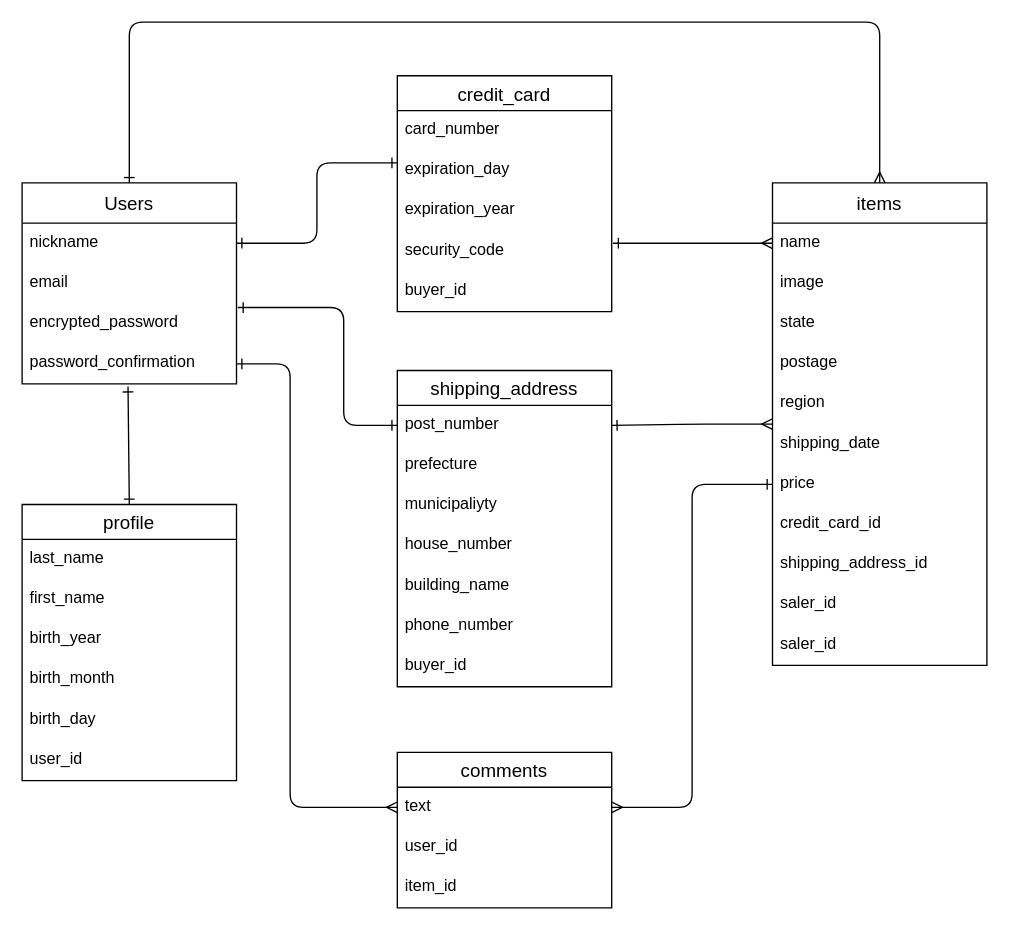
This is datebase.dio from Ta-ho113/furima-37211, a draw.io file, before an edit. Source tidied: cells renumbered, new cells numbered last; positions are measured from the earlier drawing's top-left corner, leaving out a move shared by most shapes. Both pictures are drawn from the tidied source at 134%, with x=0, y=0 at pixel (21, -32).
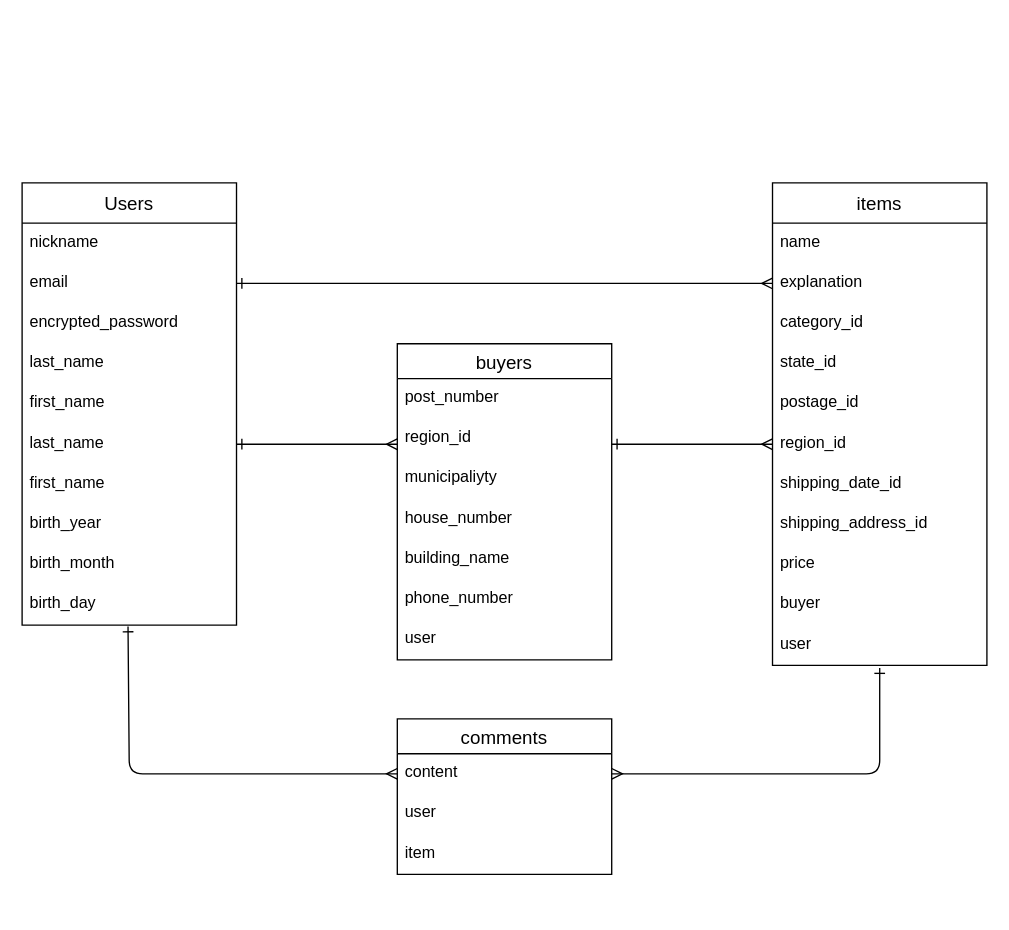
After the change.

Commit message:
ER図　レビュー修正

The change refers to these unchanged cells:
```xml
<mxCell id="3" value="nickname" style="text;strokeColor=none;fillColor=none;spacingLeft=4;spacingRight=4;overflow=hidden;points=[[0,0.5],[1,0.5]];portConstraint=eastwest;fontSize=12;" parent="2" vertex="1">
  <mxGeometry y="30" width="160" height="30" as="geometry" />
</mxCell>
<mxCell id="4" value="email" style="text;strokeColor=none;fillColor=none;spacingLeft=4;spacingRight=4;overflow=hidden;points=[[0,0.5],[1,0.5]];portConstraint=eastwest;fontSize=12;" parent="2" vertex="1">
  <mxGeometry y="60" width="160" height="30" as="geometry" />
</mxCell>
<mxCell id="7" value="items" style="swimlane;fontStyle=0;horizontal=1;startSize=30;align=center;fontSize=14;" parent="1" vertex="1">
  <mxGeometry x="560" y="160" width="160" height="360" as="geometry" />
</mxCell>
<mxCell id="8" value="name" style="text;strokeColor=none;fillColor=none;spacingLeft=4;spacingRight=4;overflow=hidden;points=[[0,0.5],[1,0.5]];portConstraint=eastwest;fontSize=12;" parent="7" vertex="1">
  <mxGeometry y="30" width="160" height="30" as="geometry" />
</mxCell>
<mxCell id="39" value="post_number" style="text;strokeColor=none;fillColor=none;spacingLeft=4;spacingRight=4;overflow=hidden;points=[[0,0.5],[1,0.5]];portConstraint=eastwest;fontSize=12;" parent="38" vertex="1">
  <mxGeometry y="26" width="160" height="30" as="geometry" />
</mxCell>
```

The edit, as a diff of the source:
```diff
@@
     <mxCell id="2" value="Users" style="swimlane;fontStyle=0;horizontal=1;startSize=30;align=center;fontSize=14;" parent="1" vertex="1">
-      <mxGeometry y="160" width="160" height="150" as="geometry" />
+      <mxGeometry y="160" width="160" height="330" as="geometry" />
     </mxCell>
@@
-    <mxCell id="6" value="password_confirmation" style="text;strokeColor=none;fillColor=none;spacingLeft=4;spacingRight=4;overflow=hidden;points=[[0,0.5],[1,0.5]];portConstraint=eastwest;fontSize=12;" parent="2" vertex="1">
-      <mxGeometry y="120" width="160" height="30" as="geometry" />
-    </mxCell>
+    <mxCell id="26" value="last_name" style="text;strokeColor=none;fillColor=none;spacingLeft=4;spacingRight=4;overflow=hidden;fontSize=12;" parent="2" vertex="1">
+      <mxGeometry y="120" width="160" height="30" as="geometry" />
+    </mxCell>
+    <mxCell id="27" value="first_name" style="text;strokeColor=none;fillColor=none;spacingLeft=4;spacingRight=4;overflow=hidden;fontSize=12;" parent="2" vertex="1">
+      <mxGeometry y="150" width="160" height="30" as="geometry" />
+    </mxCell>
+    <mxCell id="52" value="last_name" style="text;strokeColor=none;fillColor=none;spacingLeft=4;spacingRight=4;overflow=hidden;points=[[0,0.5],[1,0.5]];portConstraint=eastwest;fontSize=12;" parent="2" vertex="1">
+      <mxGeometry y="180" width="160" height="30" as="geometry" />
+    </mxCell>
+    <mxCell id="53" value="first_name" style="text;strokeColor=none;fillColor=none;spacingLeft=4;spacingRight=4;overflow=hidden;fontSize=12;" parent="2" vertex="1">
+      <mxGeometry y="210" width="160" height="30" as="geometry" />
+    </mxCell>
+    <mxCell id="28" value="birth_year" style="text;strokeColor=none;fillColor=none;spacingLeft=4;spacingRight=4;overflow=hidden;fontSize=12;" parent="2" vertex="1">
+      <mxGeometry y="240" width="160" height="30" as="geometry" />
+    </mxCell>
+    <mxCell id="29" value="birth_month" style="text;strokeColor=none;fillColor=none;spacingLeft=4;spacingRight=4;overflow=hidden;fontSize=12;" parent="2" vertex="1">
+      <mxGeometry y="270" width="160" height="30" as="geometry" />
+    </mxCell>
+    <mxCell id="30" value="birth_day" style="text;strokeColor=none;fillColor=none;spacingLeft=4;spacingRight=4;overflow=hidden;points=[[0,0.5],[1,0.5]];portConstraint=eastwest;fontSize=12;" parent="2" vertex="1">
+      <mxGeometry y="300" width="160" height="30" as="geometry" />
+    </mxCell>
@@
-    <mxCell id="9" value="image" style="text;strokeColor=none;fillColor=none;spacingLeft=4;spacingRight=4;overflow=hidden;fontSize=12;" parent="7" vertex="1">
-      <mxGeometry y="60" width="160" height="30" as="geometry" />
-    </mxCell>
+    <mxCell id="54" value="explanation" style="text;strokeColor=none;fillColor=none;spacingLeft=4;spacingRight=4;overflow=hidden;points=[[0,0.5],[1,0.5]];portConstraint=eastwest;fontSize=12;" parent="7" vertex="1">
+      <mxGeometry y="60" width="160" height="30" as="geometry" />
+    </mxCell>
+    <mxCell id="15" value="category_id" style="text;strokeColor=none;fillColor=none;spacingLeft=4;spacingRight=4;overflow=hidden;fontSize=12;" parent="7" vertex="1">
+      <mxGeometry y="90" width="160" height="30" as="geometry" />
+    </mxCell>
-    <mxCell id="10" value="state" style="text;strokeColor=none;fillColor=none;spacingLeft=4;spacingRight=4;overflow=hidden;fontSize=12;" parent="7" vertex="1">
-      <mxGeometry y="90" width="160" height="30" as="geometry" />
+    <mxCell id="10" value="state_id" style="text;strokeColor=none;fillColor=none;spacingLeft=4;spacingRight=4;overflow=hidden;fontSize=12;" parent="7" vertex="1">
+      <mxGeometry y="120" width="160" height="30" as="geometry" />
     </mxCell>
-    <mxCell id="11" value="postage" style="text;strokeColor=none;fillColor=none;spacingLeft=4;spacingRight=4;overflow=hidden;fontSize=12;" parent="7" vertex="1">
-      <mxGeometry y="120" width="160" height="30" as="geometry" />
+    <mxCell id="11" value="postage_id" style="text;strokeColor=none;fillColor=none;spacingLeft=4;spacingRight=4;overflow=hidden;fontSize=12;" parent="7" vertex="1">
+      <mxGeometry y="150" width="160" height="30" as="geometry" />
     </mxCell>
-    <mxCell id="12" value="region" style="text;strokeColor=none;fillColor=none;spacingLeft=4;spacingRight=4;overflow=hidden;points=[[0,0.5],[1,0.5]];portConstraint=eastwest;fontSize=12;" parent="7" vertex="1">
-      <mxGeometry y="150" width="160" height="30" as="geometry" />
+    <mxCell id="12" value="region_id" style="text;strokeColor=none;fillColor=none;spacingLeft=4;spacingRight=4;overflow=hidden;points=[[0,0.5],[1,0.5]];portConstraint=eastwest;fontSize=12;" parent="7" vertex="1">
+      <mxGeometry y="180" width="160" height="30" as="geometry" />
     </mxCell>
-    <mxCell id="13" value="shipping_date" style="text;strokeColor=none;fillColor=none;spacingLeft=4;spacingRight=4;overflow=hidden;fontSize=12;" parent="7" vertex="1">
-      <mxGeometry y="180" width="160" height="30" as="geometry" />
+    <mxCell id="13" value="shipping_date_id" style="text;strokeColor=none;fillColor=none;spacingLeft=4;spacingRight=4;overflow=hidden;fontSize=12;" parent="7" vertex="1">
+      <mxGeometry y="210" width="160" height="30" as="geometry" />
     </mxCell>
+    <mxCell id="16" value="shipping_address_id" style="text;strokeColor=none;fillColor=none;spacingLeft=4;spacingRight=4;overflow=hidden;fontSize=12;" parent="7" vertex="1">
+      <mxGeometry y="240" width="160" height="30" as="geometry" />
+    </mxCell>
     <mxCell id="14" value="price" style="text;strokeColor=none;fillColor=none;spacingLeft=4;spacingRight=4;overflow=hidden;points=[[0,0.5],[1,0.5]];portConstraint=eastwest;fontSize=12;" parent="7" vertex="1">
-      <mxGeometry y="210" width="160" height="30" as="geometry" />
+      <mxGeometry y="270" width="160" height="30" as="geometry" />
     </mxCell>
-    <mxCell id="15" value="credit_card_id" style="text;strokeColor=none;fillColor=none;spacingLeft=4;spacingRight=4;overflow=hidden;fontSize=12;" parent="7" vertex="1">
-      <mxGeometry y="240" width="160" height="30" as="geometry" />
-    </mxCell>
-    <mxCell id="16" value="shipping_address_id" style="text;strokeColor=none;fillColor=none;spacingLeft=4;spacingRight=4;overflow=hidden;fontSize=12;" parent="7" vertex="1">
-      <mxGeometry y="270" width="160" height="30" as="geometry" />
-    </mxCell>
-    <mxCell id="17" value="saler_id" style="text;strokeColor=none;fillColor=none;spacingLeft=4;spacingRight=4;overflow=hidden;fontSize=12;" parent="7" vertex="1">
-      <mxGeometry y="300" width="160" height="30" as="geometry" />
-    </mxCell>
-    <mxCell id="18" value="saler_id" style="text;strokeColor=none;fillColor=none;spacingLeft=4;spacingRight=4;overflow=hidden;fontSize=12;" parent="7" vertex="1">
-      <mxGeometry y="330" width="160" height="30" as="geometry" />
-    </mxCell>
+    <mxCell id="45" value="buyer" style="text;strokeColor=none;fillColor=none;spacingLeft=4;spacingRight=4;overflow=hidden;fontSize=12;" parent="7" vertex="1">
+      <mxGeometry y="300" width="160" height="30" as="geometry" />
+    </mxCell>
+    <mxCell id="55" value="user" style="text;strokeColor=none;fillColor=none;spacingLeft=4;spacingRight=4;overflow=hidden;points=[[0,0.5],[1,0.5]];portConstraint=eastwest;fontSize=12;" parent="7" vertex="1">
+      <mxGeometry y="330" width="160" height="30" as="geometry" />
+    </mxCell>
     <mxCell id="19" value="comments" style="swimlane;fontStyle=0;horizontal=1;startSize=26;align=center;fontSize=14;" parent="1" vertex="1">
-      <mxGeometry x="280" y="585" width="160" height="116" as="geometry" />
+      <mxGeometry x="280" y="560" width="160" height="116" as="geometry" />
     </mxCell>
-    <mxCell id="20" value="text" style="text;strokeColor=none;fillColor=none;spacingLeft=4;spacingRight=4;overflow=hidden;points=[[0,0.5],[1,0.5]];portConstraint=eastwest;fontSize=12;" parent="19" vertex="1">
+    <mxCell id="20" value="content" style="text;strokeColor=none;fillColor=none;spacingLeft=4;spacingRight=4;overflow=hidden;points=[[0,0.5],[1,0.5]];portConstraint=eastwest;fontSize=12;" parent="19" vertex="1">
       <mxGeometry y="26" width="160" height="30" as="geometry" />
     </mxCell>
-    <mxCell id="21" value="user_id" style="text;strokeColor=none;fillColor=none;spacingLeft=4;spacingRight=4;overflow=hidden;fontSize=12;" parent="19" vertex="1">
+    <mxCell id="21" value="user" style="text;strokeColor=none;fillColor=none;spacingLeft=4;spacingRight=4;overflow=hidden;fontSize=12;" parent="19" vertex="1">
       <mxGeometry y="56" width="160" height="30" as="geometry" />
     </mxCell>
-    <mxCell id="22" value="item_id" style="text;strokeColor=none;fillColor=none;spacingLeft=4;spacingRight=4;overflow=hidden;fontSize=12;" parent="19" vertex="1">
+    <mxCell id="22" value="item" style="text;strokeColor=none;fillColor=none;spacingLeft=4;spacingRight=4;overflow=hidden;fontSize=12;" parent="19" vertex="1">
       <mxGeometry y="86" width="160" height="30" as="geometry" />
     </mxCell>
-    <mxCell id="23" style="edgeStyle=elbowEdgeStyle;html=1;startArrow=ERone;startFill=0;endArrow=ERmany;endFill=0;entryX=0;entryY=0.5;entryDx=0;entryDy=0;exitX=1;exitY=0.5;exitDx=0;exitDy=0;" parent="1" edge="1" source="6" target="20">
+    <mxCell id="23" style="edgeStyle=elbowEdgeStyle;html=1;startArrow=ERone;startFill=0;endArrow=ERmany;endFill=0;entryX=0;entryY=0.5;entryDx=0;entryDy=0;exitX=0.494;exitY=1.033;exitDx=0;exitDy=0;exitPerimeter=0;" parent="1" edge="1" source="30" target="20">
       <mxGeometry relative="1" as="geometry">
         <Array as="points">
-          <mxPoint x="200" y="460" />
+          <mxPoint x="80" y="610" />
+          <mxPoint x="220" y="520" />
           <mxPoint x="220" />
         </Array>
       </mxGeometry>
     </mxCell>
-    <mxCell id="24" style="edgeStyle=elbowEdgeStyle;html=1;exitX=0;exitY=0.5;exitDx=0;exitDy=0;startArrow=ERone;startFill=0;endArrow=ERmany;endFill=0;entryX=1;entryY=0.5;entryDx=0;entryDy=0;" parent="1" edge="1" source="14" target="20">
+    <mxCell id="24" style="edgeStyle=elbowEdgeStyle;html=1;startArrow=ERone;startFill=0;endArrow=ERmany;endFill=0;entryX=1;entryY=0.5;entryDx=0;entryDy=0;exitX=0.5;exitY=1.067;exitDx=0;exitDy=0;exitPerimeter=0;" parent="1" edge="1" source="55" target="20">
       <mxGeometry relative="1" as="geometry">
         <Array as="points">
-          <mxPoint x="500" y="370" />
-          <mxPoint x="500" />
+          <mxPoint x="640" y="600" />
         </Array>
       </mxGeometry>
     </mxCell>
-    <mxCell id="25" value="profile" style="swimlane;fontStyle=0;horizontal=1;startSize=26;align=center;fontSize=14;" parent="1" vertex="1">
-      <mxGeometry y="400" width="160" height="206" as="geometry" />
-    </mxCell>
-    <mxCell id="26" value="last_name" style="text;strokeColor=none;fillColor=none;spacingLeft=4;spacingRight=4;overflow=hidden;fontSize=12;" parent="25" vertex="1">
-      <mxGeometry y="26" width="160" height="30" as="geometry" />
-    </mxCell>
-    <mxCell id="27" value="first_name" style="text;strokeColor=none;fillColor=none;spacingLeft=4;spacingRight=4;overflow=hidden;fontSize=12;" parent="25" vertex="1">
-      <mxGeometry y="56" width="160" height="30" as="geometry" />
-    </mxCell>
-    <mxCell id="28" value="birth_year" style="text;strokeColor=none;fillColor=none;spacingLeft=4;spacingRight=4;overflow=hidden;fontSize=12;" parent="25" vertex="1">
-      <mxGeometry y="86" width="160" height="30" as="geometry" />
-    </mxCell>
-    <mxCell id="29" value="birth_month" style="text;strokeColor=none;fillColor=none;spacingLeft=4;spacingRight=4;overflow=hidden;fontSize=12;" parent="25" vertex="1">
-      <mxGeometry y="116" width="160" height="30" as="geometry" />
-    </mxCell>
-    <mxCell id="30" value="birth_day" style="text;strokeColor=none;fillColor=none;spacingLeft=4;spacingRight=4;overflow=hidden;points=[[0,0.5],[1,0.5]];portConstraint=eastwest;fontSize=12;" parent="25" vertex="1">
-      <mxGeometry y="146" width="160" height="30" as="geometry" />
-    </mxCell>
-    <mxCell id="31" value="user_id" style="text;strokeColor=none;fillColor=none;spacingLeft=4;spacingRight=4;overflow=hidden;fontSize=12;" parent="25" vertex="1">
-      <mxGeometry y="176" width="160" height="30" as="geometry" />
-    </mxCell>
-    <mxCell id="32" value="credit_card" style="swimlane;fontStyle=0;horizontal=1;startSize=26;align=center;fontSize=14;" parent="1" vertex="1">
-      <mxGeometry x="280" y="80" width="160" height="176" as="geometry" />
-    </mxCell>
-    <mxCell id="33" value="card_number" style="text;strokeColor=none;fillColor=none;spacingLeft=4;spacingRight=4;overflow=hidden;fontSize=12;" parent="32" vertex="1">
-      <mxGeometry y="26" width="160" height="30" as="geometry" />
-    </mxCell>
-    <mxCell id="34" value="expiration_day" style="text;strokeColor=none;fillColor=none;spacingLeft=4;spacingRight=4;overflow=hidden;fontSize=12;" parent="32" vertex="1">
-      <mxGeometry y="56" width="160" height="30" as="geometry" />
-    </mxCell>
-    <mxCell id="35" value="expiration_year" style="text;strokeColor=none;fillColor=none;spacingLeft=4;spacingRight=4;overflow=hidden;fontSize=12;" parent="32" vertex="1">
-      <mxGeometry y="86" width="160" height="30" as="geometry" />
-    </mxCell>
-    <mxCell id="36" value="security_code" style="text;strokeColor=none;fillColor=none;spacingLeft=4;spacingRight=4;overflow=hidden;points=[[0,0.5],[1,0.5]];portConstraint=eastwest;fontSize=12;" parent="32" vertex="1">
-      <mxGeometry y="116" width="160" height="30" as="geometry" />
-    </mxCell>
-    <mxCell id="37" value="buyer_id" style="text;strokeColor=none;fillColor=none;spacingLeft=4;spacingRight=4;overflow=hidden;fontSize=12;" parent="32" vertex="1">
-      <mxGeometry y="146" width="160" height="30" as="geometry" />
-    </mxCell>
-    <mxCell id="38" value="shipping_address" style="swimlane;fontStyle=0;horizontal=1;startSize=26;align=center;fontSize=14;" parent="1" vertex="1">
-      <mxGeometry x="280" y="300" width="160" height="236" as="geometry" />
+    <mxCell id="38" value="buyers" style="swimlane;fontStyle=0;horizontal=1;startSize=26;align=center;fontSize=14;" parent="1" vertex="1">
+      <mxGeometry x="280" y="280" width="160" height="236" as="geometry" />
     </mxCell>
@@
-    <mxCell id="40" value="prefecture" style="text;strokeColor=none;fillColor=none;spacingLeft=4;spacingRight=4;overflow=hidden;fontSize=12;" parent="38" vertex="1">
+    <mxCell id="40" value="region_id" style="text;strokeColor=none;fillColor=none;spacingLeft=4;spacingRight=4;overflow=hidden;fontSize=12;" parent="38" vertex="1">
       <mxGeometry y="56" width="160" height="30" as="geometry" />
     </mxCell>
@@
-    <mxCell id="45" value="buyer_id" style="text;strokeColor=none;fillColor=none;spacingLeft=4;spacingRight=4;overflow=hidden;fontSize=12;" parent="38" vertex="1">
-      <mxGeometry y="206" width="160" height="30" as="geometry" />
-    </mxCell>
-    <mxCell id="46" style="edgeStyle=none;html=1;exitX=1.006;exitY=0.3;exitDx=0;exitDy=0;startArrow=ERone;startFill=0;endArrow=ERmany;endFill=0;entryX=0;entryY=0.5;entryDx=0;entryDy=0;exitPerimeter=0;" parent="1" edge="1" source="36" target="8">
-      <mxGeometry relative="1" as="geometry">
-        <Array as="points">
-          <mxPoint x="500" y="205" />
-        </Array>
-      </mxGeometry>
-    </mxCell>
+    <mxCell id="31" value="user" style="text;strokeColor=none;fillColor=none;spacingLeft=4;spacingRight=4;overflow=hidden;fontSize=12;" parent="38" vertex="1">
+      <mxGeometry y="206" width="160" height="30" as="geometry" />
+    </mxCell>
-    <mxCell id="47" style="edgeStyle=none;html=1;exitX=1;exitY=0.5;exitDx=0;exitDy=0;startArrow=ERone;startFill=0;endArrow=ERmany;endFill=0;" parent="1" edge="1" source="39">
+    <mxCell id="47" style="edgeStyle=none;html=1;startArrow=ERone;startFill=0;endArrow=ERmany;endFill=0;entryX=0;entryY=0.5;entryDx=0;entryDy=0;" parent="1" edge="1" target="12">
       <mxGeometry relative="1" as="geometry">
-        <mxPoint x="560" y="340" as="targetPoint" />
-        <Array as="points">
-          <mxPoint x="500" y="340" />
-        </Array>
+        <mxPoint x="440" y="355" as="sourcePoint" />
       </mxGeometry>
     </mxCell>
-    <mxCell id="48" style="edgeStyle=none;html=1;exitX=1;exitY=0.5;exitDx=0;exitDy=0;startArrow=ERone;startFill=0;endArrow=ERone;endFill=0;" parent="1" edge="1" source="3">
-      <mxGeometry relative="1" as="geometry">
-        <mxPoint x="280" y="145" as="targetPoint" />
-        <Array as="points">
-          <mxPoint x="220" y="205" />
-          <mxPoint x="220" y="145" />
-        </Array>
-      </mxGeometry>
-    </mxCell>
-    <mxCell id="49" style="edgeStyle=none;html=1;exitX=1.006;exitY=1.1;exitDx=0;exitDy=0;startArrow=ERone;startFill=0;endArrow=ERone;endFill=0;entryX=0;entryY=0.5;entryDx=0;entryDy=0;exitPerimeter=0;" parent="1" edge="1" source="4" target="39">
+    <mxCell id="49" style="edgeStyle=none;html=1;startArrow=ERone;startFill=0;endArrow=ERmany;endFill=0;exitX=1;exitY=0.5;exitDx=0;exitDy=0;" parent="1" edge="1" source="52">
       <mxGeometry relative="1" as="geometry">
-        <Array as="points">
-          <mxPoint x="240" y="253" />
-          <mxPoint x="240" y="341" />
-        </Array>
+        <mxPoint x="280" y="355" as="targetPoint" />
       </mxGeometry>
     </mxCell>
-    <mxCell id="50" style="edgeStyle=none;html=1;exitX=0.494;exitY=1.067;exitDx=0;exitDy=0;startArrow=ERone;startFill=0;endArrow=ERone;endFill=0;exitPerimeter=0;entryX=0.5;entryY=0;entryDx=0;entryDy=0;" parent="1" edge="1" source="6" target="25">
-      <mxGeometry relative="1" as="geometry" />
-    </mxCell>
-    <mxCell id="51" style="edgeStyle=none;html=1;exitX=0.5;exitY=0;exitDx=0;exitDy=0;startArrow=ERone;startFill=0;endArrow=ERmany;endFill=0;entryX=0.5;entryY=0;entryDx=0;entryDy=0;" parent="1" edge="1" source="2" target="7">
-      <mxGeometry relative="1" as="geometry">
-        <Array as="points">
-          <mxPoint x="80" y="40" />
-          <mxPoint x="360" y="40" />
-          <mxPoint x="640" y="40" />
-        </Array>
-      </mxGeometry>
+    <mxCell id="51" style="edgeStyle=none;html=1;startArrow=ERone;startFill=0;endArrow=ERmany;endFill=0;exitX=1;exitY=0.5;exitDx=0;exitDy=0;entryX=0;entryY=0.5;entryDx=0;entryDy=0;" parent="1" edge="1" source="4" target="54">
+      <mxGeometry relative="1" as="geometry" />
     </mxCell>
```
